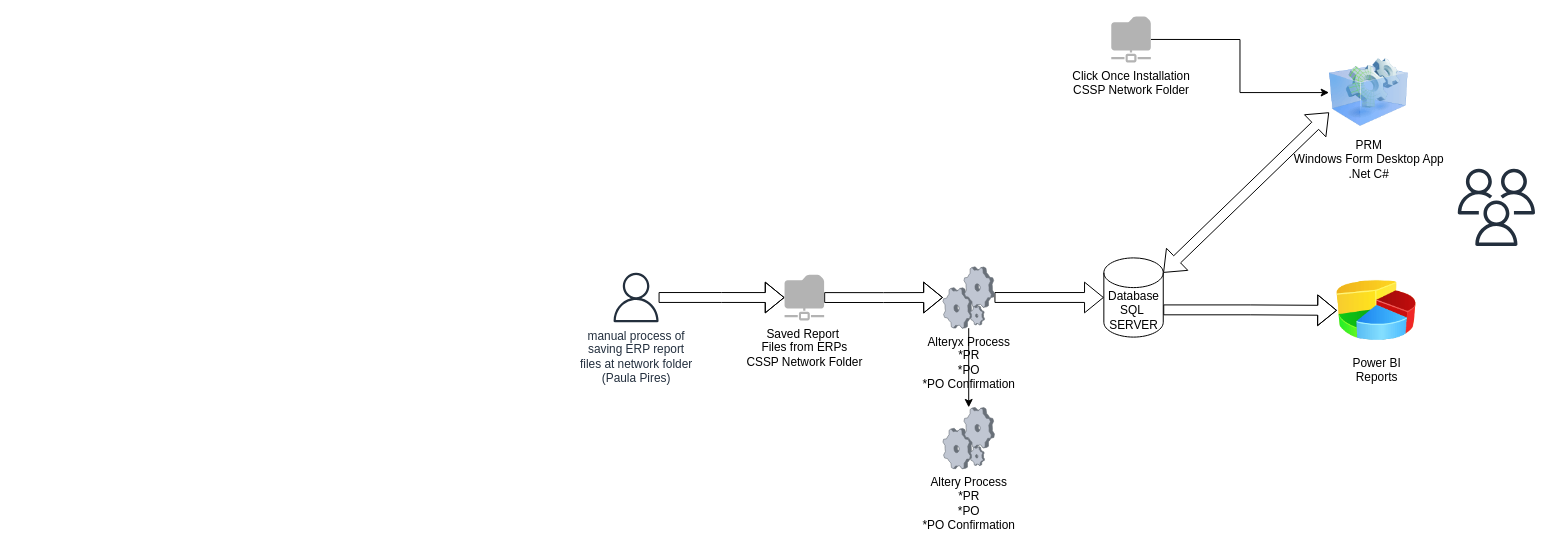
Before: Untitled Diagram.drawio in renatodalmo/ColorPix, a draw.io diagram. Source tidied: cells renumbered, new cells numbered last; positions are measured from the earlier drawing's top-left corner, leaving out a move shared by most shapes. Both pictures are drawn from the tidied source at 99%, with x=0, y=0 at pixel (611, 16).
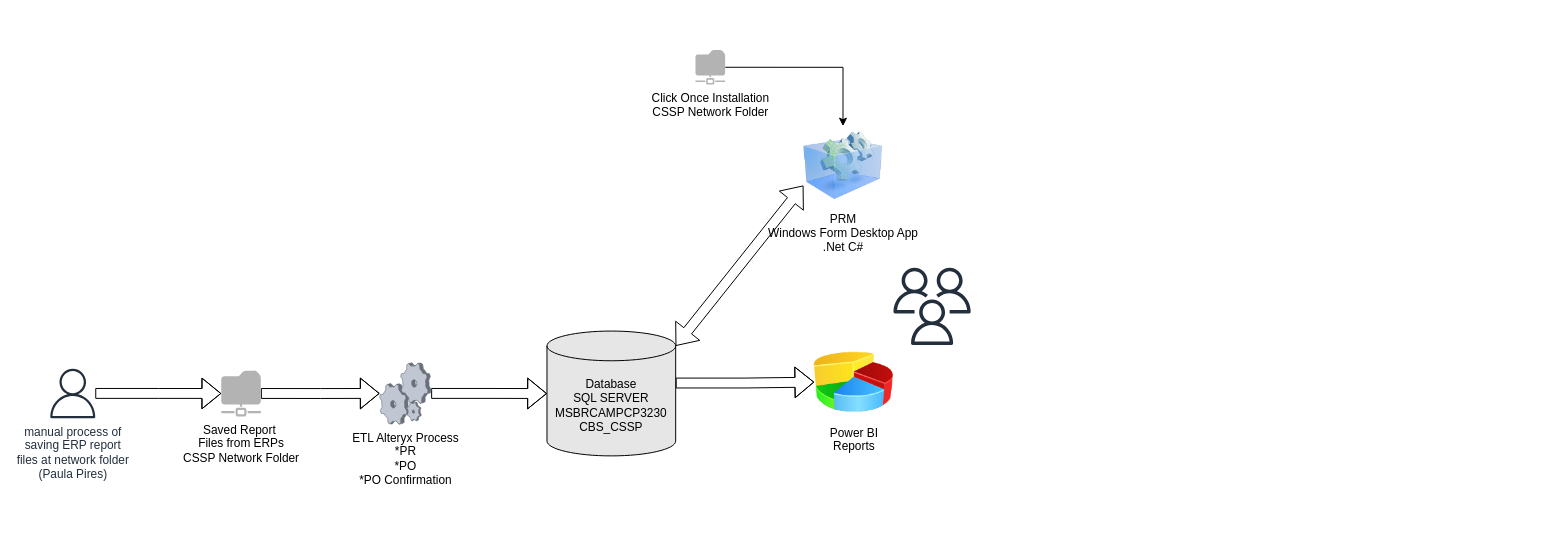
After the change.

Change to the diagram source:
```diff
@@
 <mxGraphModel>
   <root>
     <mxCell id="0" />
     <mxCell id="1" parent="0" />
     <mxCell id="2" style="edgeStyle=orthogonalEdgeStyle;rounded=0;jettySize=auto;html=1;exitX=1;exitY=0;exitDx=0;exitDy=52.5;exitPerimeter=0;shape=flexArrow;" parent="1" edge="1" source="3" target="8">
       <mxGeometry relative="1" as="geometry" />
     </mxCell>
-    <mxCell id="3" value="Database&lt;br&gt;SQL&amp;nbsp;&lt;br&gt;SERVER" style="shape=cylinder3;whiteSpace=wrap;html=1;boundedLbl=1;backgroundOutline=1;size=15;" parent="1" vertex="1">
-      <mxGeometry x="497.5" y="244" width="60" height="80" as="geometry" />
+    <mxCell id="3" value="Database&lt;br&gt;SQL SERVER&lt;br&gt;MSBRCAMPCP3230&lt;br&gt;CBS_CSSP" style="shape=cylinder3;whiteSpace=wrap;html=1;boundedLbl=1;backgroundOutline=1;size=15;fillColor=#E6E6E6;" parent="1" vertex="1">
+      <mxGeometry x="-65" y="317.9" width="130" height="126.1" as="geometry" />
     </mxCell>
     <mxCell id="4" style="edgeStyle=orthogonalEdgeStyle;rounded=0;jettySize=auto;html=1;exitX=1;exitY=0.5;exitDx=0;exitDy=0;exitPerimeter=0;" parent="1" edge="1" source="5" target="7">
       <mxGeometry relative="1" as="geometry" />
     </mxCell>
     <mxCell id="5" value="Click Once Installation&lt;br&gt;CSSP Network Folder" style="sketch=0;shadow=0;dashed=0;html=1;strokeColor=none;labelPosition=center;verticalLabelPosition=bottom;verticalAlign=top;align=center;fillColor=#B3B3B3;shape=mxgraph.mscae.enterprise.shared_folder;" parent="1" vertex="1">
-      <mxGeometry x="505" y="0.1" width="40" height="46.5" as="geometry" />
+      <mxGeometry x="85" y="34" width="30" height="34.9" as="geometry" />
     </mxCell>
     <mxCell id="6" style="sketch=0;fontColor=#232F3E;gradientColor=none;fillColor=#232F3D;strokeColor=none;dashed=0;verticalLabelPosition=bottom;verticalAlign=top;align=center;html=1;fontSize=12;fontStyle=0;shape=mxgraph.aws4.users;" parent="1" vertex="1">
-      <mxGeometry x="855" y="154" width="78" height="78" as="geometry" />
+      <mxGeometry x="285" y="254" width="78" height="78" as="geometry" />
     </mxCell>
     <mxCell id="7" value="PRM&lt;br&gt;Windows Form Desktop App&lt;br&gt;.Net C#" style="image;html=1;image=img/lib/clip_art/computers/Virtual_Application_128x128.png;" parent="1" vertex="1">
-      <mxGeometry x="725" y="37" width="80" height="80" as="geometry" />
+      <mxGeometry x="194" y="110.9" width="80" height="80" as="geometry" />
     </mxCell>
     <mxCell id="8" value="Power BI&lt;br&gt;Reports&lt;br&gt;" style="image;html=1;image=img/lib/clip_art/finance/Pie_Chart_128x128.png;" parent="1" vertex="1">
-      <mxGeometry x="733" y="257" width="80" height="80" as="geometry" />
+      <mxGeometry x="205" y="332" width="80" height="75" as="geometry" />
     </mxCell>
     <mxCell id="9" style="edgeStyle=orthogonalEdgeStyle;shape=flexArrow;rounded=0;jettySize=auto;html=1;" parent="1" edge="1" source="11" target="3">
       <mxGeometry relative="1" as="geometry" />
     </mxCell>
-    <mxCell id="10" style="edgeStyle=orthogonalEdgeStyle;rounded=0;jettySize=auto;html=1;" parent="1" edge="1" source="11" target="17">
-      <mxGeometry relative="1" as="geometry" />
-    </mxCell>
-    <mxCell id="11" value="Alteryx Process&lt;br&gt;*PR&lt;br&gt;*PO&lt;br&gt;*PO Confirmation" style="verticalLabelPosition=bottom;sketch=0;html=1;verticalAlign=top;strokeColor=none;align=center;outlineConnect=0;shape=mxgraph.citrix.process;fillColor=#B3B3B3;" parent="1" vertex="1">
-      <mxGeometry x="335" y="253" width="52" height="62" as="geometry" />
+    <mxCell id="11" value="ETL Alteryx Process&lt;br&gt;*PR&lt;br&gt;*PO&lt;br&gt;*PO Confirmation" style="verticalLabelPosition=bottom;sketch=0;html=1;verticalAlign=top;strokeColor=none;align=center;outlineConnect=0;shape=mxgraph.citrix.process;fillColor=#B3B3B3;" parent="1" vertex="1">
+      <mxGeometry x="-234" y="349.9" width="52" height="62" as="geometry" />
     </mxCell>
     <mxCell id="12" style="edgeStyle=orthogonalEdgeStyle;rounded=0;jettySize=auto;html=1;exitX=1;exitY=0.5;exitDx=0;exitDy=0;exitPerimeter=0;shape=flexArrow;" parent="1" edge="1" source="13" target="11">
       <mxGeometry relative="1" as="geometry" />
     </mxCell>
     <mxCell id="13" value="Saved Report&amp;nbsp;&lt;br&gt;Files from ERPs&lt;br&gt;CSSP Network Folder" style="sketch=0;shadow=0;dashed=0;html=1;strokeColor=none;labelPosition=center;verticalLabelPosition=bottom;verticalAlign=top;align=center;fillColor=#B3B3B3;shape=mxgraph.mscae.enterprise.shared_folder;" parent="1" vertex="1">
-      <mxGeometry x="175" y="260.8" width="40" height="46.5" as="geometry" />
+      <mxGeometry x="-394" y="357.7" width="40" height="46.5" as="geometry" />
     </mxCell>
     <mxCell id="14" style="edgeStyle=orthogonalEdgeStyle;shape=flexArrow;rounded=0;jettySize=auto;html=1;entryX=0;entryY=0.5;entryDx=0;entryDy=0;entryPerimeter=0;" parent="1" edge="1" source="15" target="13">
       <mxGeometry relative="1" as="geometry" />
     </mxCell>
     <mxCell id="15" value="manual process of &lt;br&gt;saving ERP report &lt;br&gt;files at network folder&lt;br&gt;(Paula Pires)" style="sketch=0;outlineConnect=0;fontColor=#232F3E;gradientColor=none;fillColor=#232F3D;strokeColor=none;dashed=0;verticalLabelPosition=bottom;verticalAlign=top;align=center;html=1;fontSize=12;fontStyle=0;shape=mxgraph.aws4.user;" parent="1" vertex="1">
-      <mxGeometry y="259" width="50" height="50" as="geometry" />
+      <mxGeometry x="-569" y="355.9" width="50" height="50" as="geometry" />
     </mxCell>
     <mxCell id="16" style="shape=flexArrow;endArrow=classic;startArrow=classic;html=1;rounded=0;entryX=0;entryY=0.75;entryDx=0;entryDy=0;exitX=1;exitY=0;exitDx=0;exitDy=15;exitPerimeter=0;" parent="1" edge="1" source="3" target="7">
       <mxGeometry relative="1" as="geometry" />
     </mxCell>
-    <mxCell id="17" value="Altery Process&lt;br&gt;*PR&lt;br&gt;*PO&lt;br&gt;*PO Confirmation" style="verticalLabelPosition=bottom;sketch=0;html=1;verticalAlign=top;strokeColor=none;align=center;outlineConnect=0;shape=mxgraph.citrix.process;fillColor=#B3B3B3;" parent="1" vertex="1">
-      <mxGeometry x="335" y="395" width="52" height="62" as="geometry" />
-    </mxCell>
   </root>
 </mxGraphModel>
```
